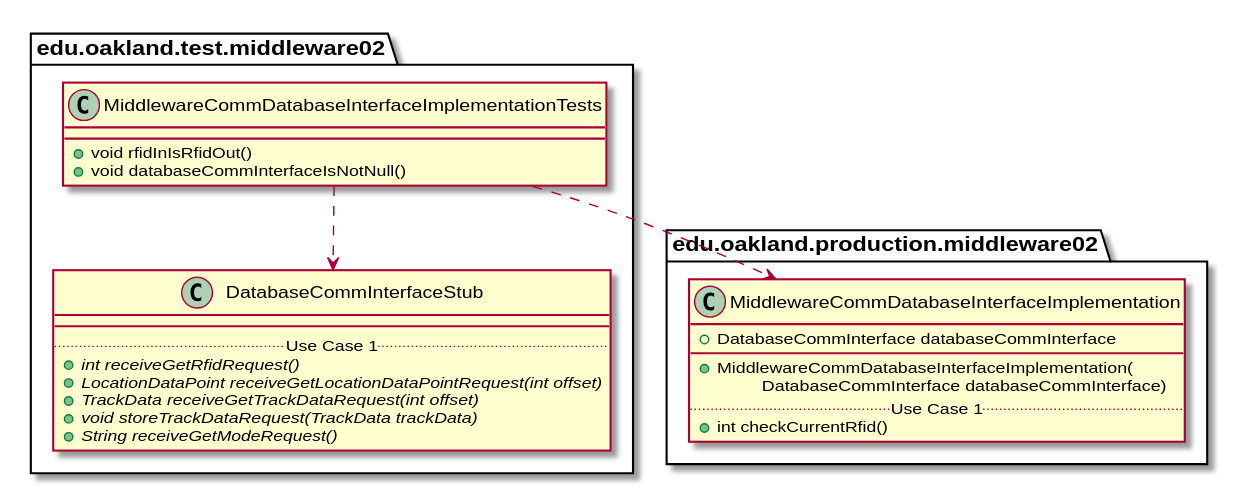
Before: docs/uml-class-diagrams/middleware02/test/MiddlewareCommDatabaseInterfaceImplementationTests/MiddlewareCommDatabaseInterfaceImplementationTests_DirectDependencies.svg, a diagram exported from PlantUML (andrewdimmer/csi-3370-software-project).
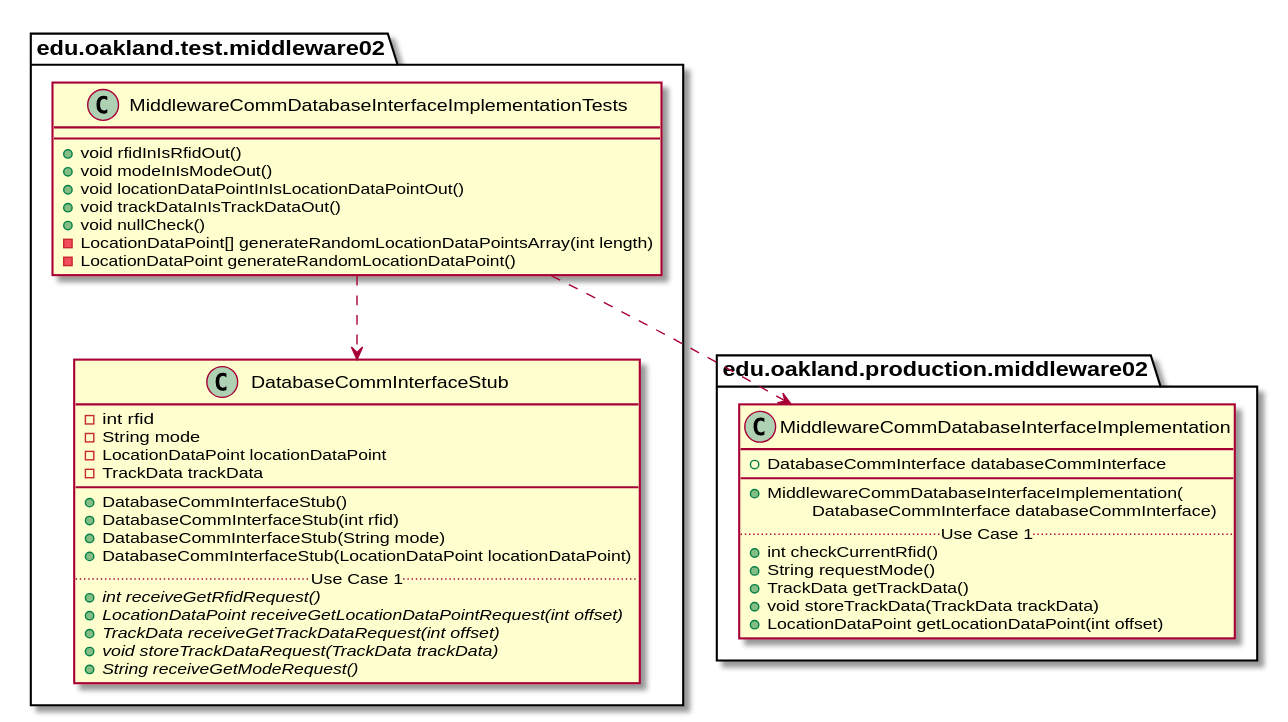
After the change.

Change to the diagram source:
```diff
@@ -4,7 +4,12 @@
 package edu.oakland.test.middleware02 {
     class MiddlewareCommDatabaseInterfaceImplementationTests {
         + void rfidInIsRfidOut()
-        + void databaseCommInterfaceIsNotNull()
+        + void modeInIsModeOut()
+        + void locationDataPointInIsLocationDataPointOut()
+        + void trackDataInIsTrackDataOut()
+        + void nullCheck()
+        - LocationDataPoint[] generateRandomLocationDataPointsArray(int length)
+        - LocationDataPoint generateRandomLocationDataPoint()
     }
 }
 
@@ -12,7 +17,15 @@
 
 package edu.oakland.test.middleware02 {
     class DatabaseCommInterfaceStub {
+        - int rfid
+        - String mode
+        - LocationDataPoint locationDataPoint
+        - TrackData trackData
         __
+        + DatabaseCommInterfaceStub()
+        + DatabaseCommInterfaceStub(int rfid)
+        + DatabaseCommInterfaceStub(String mode)
+        + DatabaseCommInterfaceStub(LocationDataPoint locationDataPoint)
         .. Use Case 1 ..
         {abstract} + int receiveGetRfidRequest()
         {abstract} + LocationDataPoint receiveGetLocationDataPointRequest(int offset)
@@ -33,6 +46,10 @@
         \tDatabaseCommInterface databaseCommInterface)
         .. Use Case 1 ..
         + int checkCurrentRfid()
+        + String requestMode()
+        + TrackData getTrackData()
+        + void storeTrackData(TrackData trackData)
+        + LocationDataPoint getLocationDataPoint(int offset)
     }
 }
 
```
